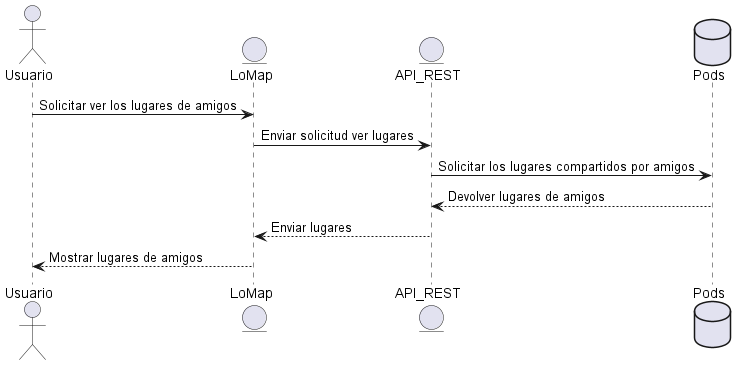
Earlier version of the PlantUML export images/Sequence diagram9.png (Arquisoft/lomap_es3c).
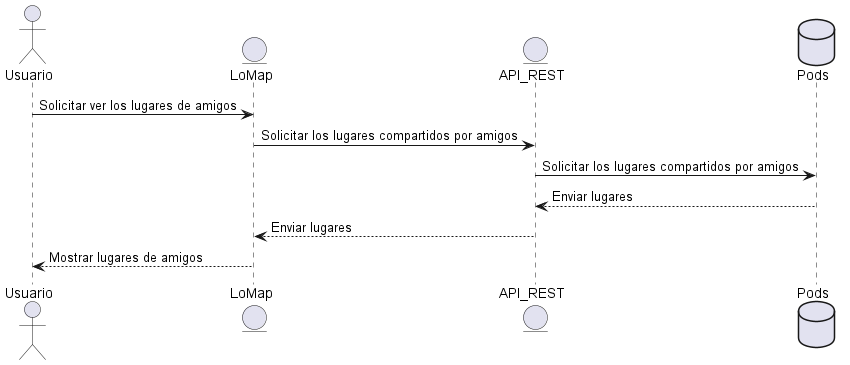
The same diagram one commit later.

The edit, as a diff of the source:
```diff
@@ -4,9 +4,9 @@
 Usuario -> LoMap: Solicitar ver los lugares de amigos
 entity API_REST
 database Pod as "Pods"
-LoMap-> API_REST: Enviar solicitud ver lugares
-API_REST-> Pod: Solicitar los lugares compartidos por amigos
-Pod--> API_REST: Devolver lugares de amigos
+LoMap-> API_REST: Solicitar los lugares compartidos por amigos
+API_REST->Pod:Solicitar los lugares compartidos por amigos
+Pod--> API_REST: Enviar lugares
 API_REST--> LoMap: Enviar lugares
 LoMap--> Usuario: Mostrar lugares de amigos
 @enduml
```
